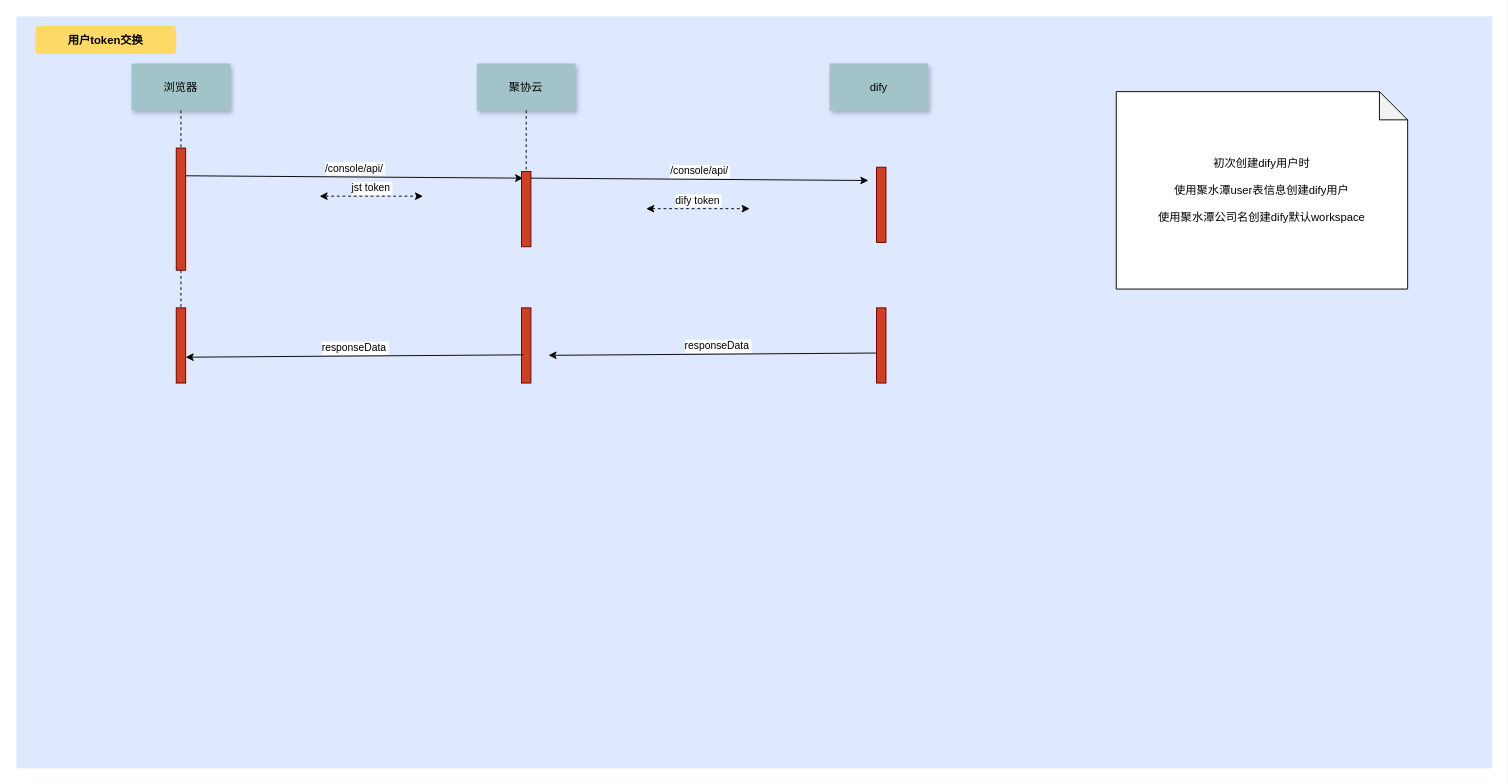
The draw.io diagram 未命名绘图.drawio in hijimo/flow-pics, before the edit. Source tidied: cells renumbered, new cells numbered last; positions are measured from the earlier drawing's top-left corner, leaving out a move shared by most shapes. Both pictures are drawn from the tidied source at 94%, with x=0, y=0 at pixel (16, 16).
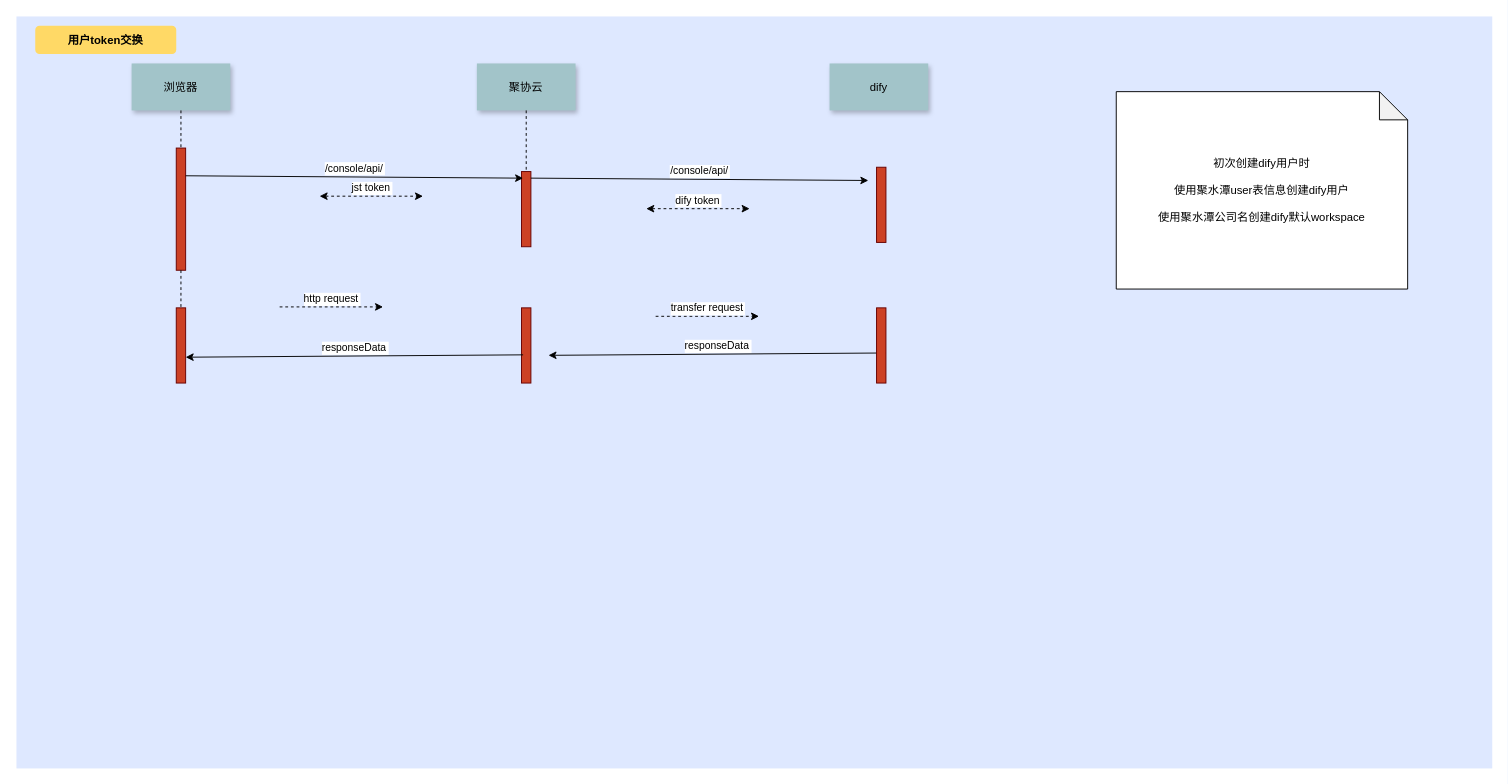
After the change.

Commit message (it also covers changes not shown here):
更新未命名绘图.drawio

Change to the diagram source:
```diff
@@
+    <mxCell id="23" value="http request" style="edgeStyle=none;verticalLabelPosition=top;verticalAlign=bottom;dashed=1;startArrow=none;startFill=0;" parent="1" edge="1">
+      <mxGeometry x="385.5" y="113.9" as="geometry">
+        <mxPoint x="280" y="309" as="sourcePoint" />
+        <mxPoint x="390" y="309" as="targetPoint" />
+      </mxGeometry>
+    </mxCell>
+    <mxCell id="24" value="transfer request" style="edgeStyle=none;verticalLabelPosition=top;verticalAlign=bottom;dashed=1;startArrow=none;startFill=0;" parent="1" edge="1">
+      <mxGeometry x="385.5" y="113.9" as="geometry">
+        <mxPoint x="680" y="319" as="sourcePoint" />
+        <mxPoint x="790" y="319" as="targetPoint" />
+      </mxGeometry>
+    </mxCell>
```
